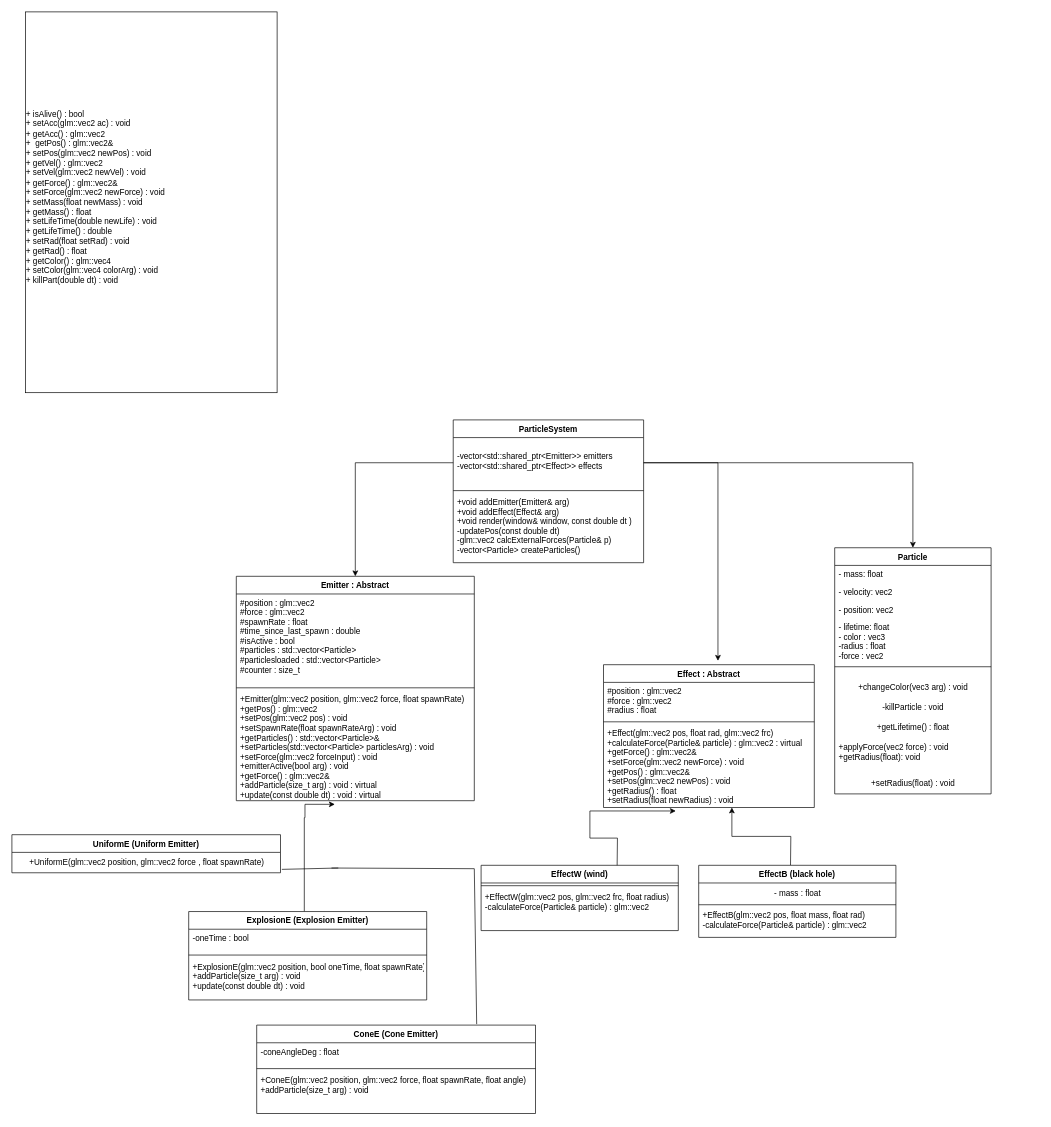
Above: classDiagram.drawio in KarlWastesson/KandidatLab (draw.io), before the change. Source tidied: cells renumbered, new cells numbered last; positions are measured from the earlier drawing's top-left corner, leaving out a move shared by most shapes. Both pictures are drawn from the tidied source at 68%, with x=0, y=0 at pixel (12, 12).
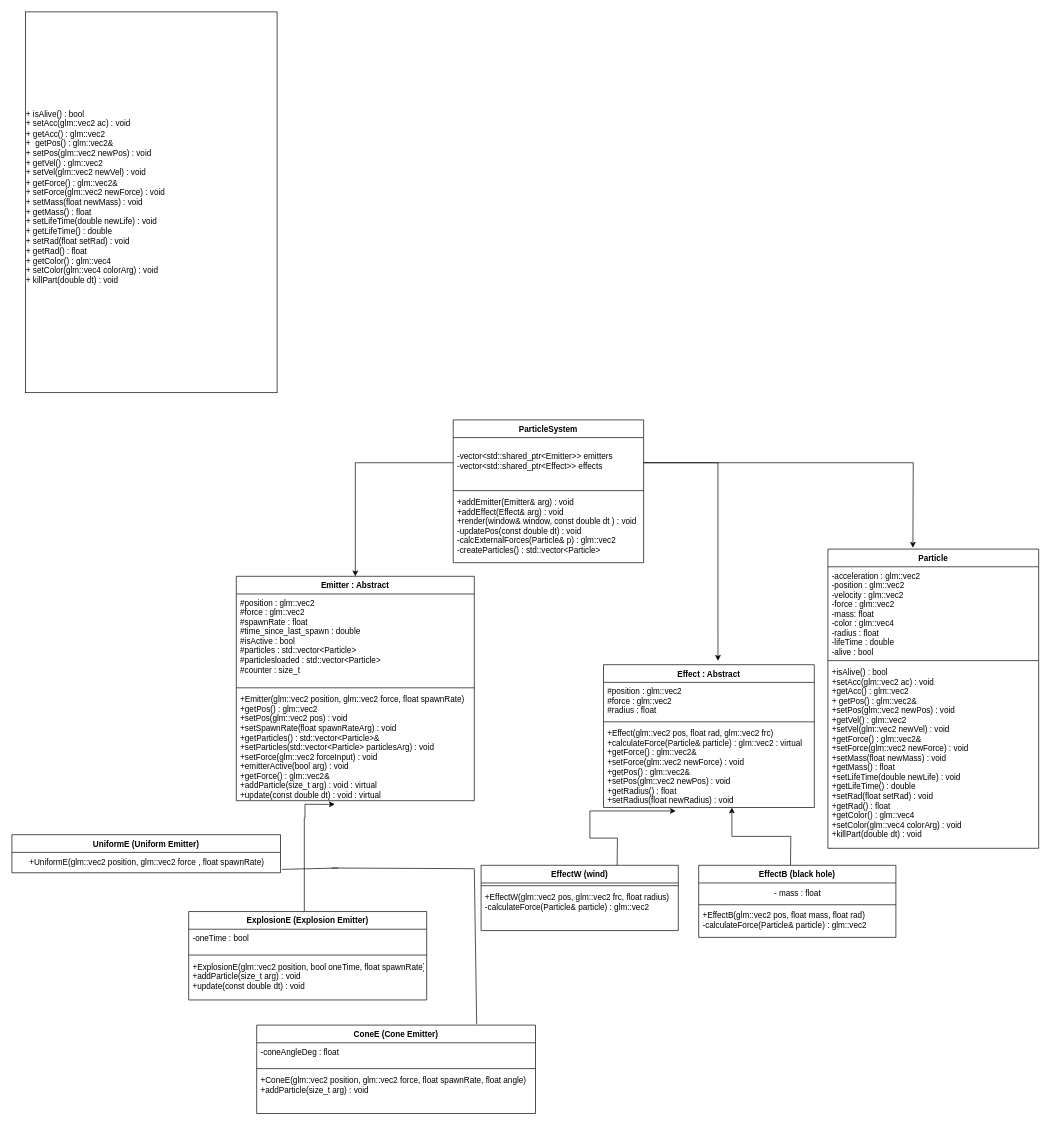
The same diagram, later.

The change refers to these unchanged cells:
```xml
<mxCell id="28" value="ParticleSystem" style="swimlane;fontStyle=1;align=center;verticalAlign=top;horizontal=1;startSize=26;" parent="1" vertex="1">
  <mxGeometry x="649" y="600" width="280" height="210" as="geometry" />
</mxCell>
<mxCell id="29" value="&#10;-vector&lt;std::shared_ptr&lt;Emitter&gt;&gt; emitters&#10;-vector&lt;std::shared_ptr&lt;Effect&gt;&gt; effects&#10;&#10;" style="text;strokeColor=none;fillColor=none;align=left;verticalAlign=top;spacingLeft=4;spacingRight=4;overflow=hidden;points=[[0,0.5],[1,0.5]];portConstraint=eastwest;" parent="28" vertex="1">
  <mxGeometry y="26" width="280" height="74" as="geometry" />
</mxCell>
```

Diff of the diagram source:
```diff
@@
-    <mxCell id="6" value="Particle" style="swimlane;fontStyle=1;align=center;verticalAlign=top;horizontal=1;startSize=26;" parent="1" vertex="1">
-      <mxGeometry x="1210" y="788" width="230" height="362" as="geometry" />
-    </mxCell>
-    <mxCell id="7" value="- mass: float" style="text;strokeColor=none;fillColor=none;align=left;verticalAlign=top;spacingLeft=4;spacingRight=4;overflow=hidden;" parent="6" vertex="1">
-      <mxGeometry y="26" width="230" height="26" as="geometry" />
-    </mxCell>
-    <mxCell id="8" value="- velocity: vec2" style="text;strokeColor=none;fillColor=none;align=left;verticalAlign=top;spacingLeft=4;spacingRight=4;overflow=hidden;" parent="6" vertex="1">
-      <mxGeometry y="52" width="230" height="26" as="geometry" />
-    </mxCell>
-    <mxCell id="9" value="- position: vec2" style="text;strokeColor=none;fillColor=none;align=left;verticalAlign=top;spacingLeft=4;spacingRight=4;overflow=hidden;" parent="6" vertex="1">
-      <mxGeometry y="78" width="230" height="26" as="geometry" />
-    </mxCell>
-    <mxCell id="10" value="- lifetime: float&#10;- color : vec3&#10;-radius : float&#10;-force : vec2" style="text;strokeColor=none;fillColor=none;align=left;verticalAlign=top;spacingLeft=4;spacingRight=4;overflow=hidden;" parent="6" vertex="1">
-      <mxGeometry y="104" width="230" height="56" as="geometry" />
-    </mxCell>
-    <mxCell id="11" style="line;strokeWidth=1;fillColor=none;align=left;verticalAlign=middle;spacingTop=-1;spacingLeft=3;spacingRight=3;labelPosition=right;strokeColor=inherit;" parent="6" vertex="1">
-      <mxGeometry y="160" width="230" height="30" as="geometry" />
-    </mxCell>
-    <mxCell id="12" value="+changeColor(vec3 arg) : void" style="text;html=1;align=center;verticalAlign=middle;strokeColor=none;fillColor=none;" parent="6" vertex="1">
-      <mxGeometry y="190" width="230" height="30" as="geometry" />
-    </mxCell>
-    <mxCell id="13" value="-killParticle : void" style="text;html=1;align=center;verticalAlign=middle;strokeColor=none;fillColor=none;" parent="6" vertex="1">
-      <mxGeometry y="220" width="230" height="30" as="geometry" />
-    </mxCell>
-    <mxCell id="14" value="+getLifetime() : float" style="text;html=1;align=center;verticalAlign=middle;strokeColor=none;fillColor=none;" parent="6" vertex="1">
-      <mxGeometry y="250" width="230" height="30" as="geometry" />
-    </mxCell>
-    <mxCell id="15" value="+applyForce(vec2 force) : void&#10;+getRadius(float): void" style="text;strokeColor=none;fillColor=none;align=left;verticalAlign=top;spacingLeft=4;spacingRight=4;overflow=hidden;" parent="6" vertex="1">
-      <mxGeometry y="280" width="230" height="52" as="geometry" />
-    </mxCell>
-    <mxCell id="16" value="+setRadius(float) : void" style="text;html=1;align=center;verticalAlign=middle;strokeColor=none;fillColor=none;" parent="6" vertex="1">
-      <mxGeometry y="332" width="230" height="30" as="geometry" />
-    </mxCell>
@@
-    <mxCell id="31" value="+void addEmitter(Emitter&amp; arg)&#10;+void addEffect(Effect&amp; arg)&#10;+void render(window&amp; window, const double dt )&#10;-updatePos(const double dt)&#10;-glm::vec2 calcExternalForces(Particle&amp; p)&#10;-vector&lt;Particle&gt; createParticles()&#10;" style="text;strokeColor=none;fillColor=none;align=left;verticalAlign=top;spacingLeft=4;spacingRight=4;overflow=hidden;" parent="28" vertex="1">
+    <mxCell id="31" value="+addEmitter(Emitter&amp; arg) : void&#10;+addEffect(Effect&amp; arg) : void&#10;+render(window&amp; window, const double dt ) : void&#10;-updatePos(const double dt) : void&#10;-calcExternalForces(Particle&amp; p) : glm::vec2&#10;-createParticles() : std::vector&lt;Particle&gt;&#10;" style="text;strokeColor=none;fillColor=none;align=left;verticalAlign=top;spacingLeft=4;spacingRight=4;overflow=hidden;" parent="28" vertex="1">
       <mxGeometry y="108" width="280" height="102" as="geometry" />
     </mxCell>
@@
-    <mxCell id="34" style="edgeStyle=orthogonalEdgeStyle;rounded=0;jettySize=auto;html=1;entryX=0.5;entryY=0;entryDx=0;entryDy=0;" parent="1" edge="1" source="29" target="6">
-      <mxGeometry relative="1" as="geometry" />
+    <mxCell id="34" style="edgeStyle=orthogonalEdgeStyle;rounded=0;jettySize=auto;html=1;entryX=0.5;entryY=0;entryDx=0;entryDy=0;" parent="1" edge="1" source="29">
+      <mxGeometry relative="1" as="geometry">
+        <mxPoint x="1325" y="788" as="targetPoint" />
+      </mxGeometry>
     </mxCell>
@@
+    <mxCell id="6" value="Particle" style="swimlane;fontStyle=1;align=center;verticalAlign=top;horizontal=1;startSize=26;" parent="1" vertex="1">
+      <mxGeometry x="1200" y="790" width="310" height="440" as="geometry" />
+    </mxCell>
+    <mxCell id="52" value="-acceleration : glm::vec2 &#10;-position : glm::vec2 &#10;-velocity : glm::vec2 &#10;-force : glm::vec2&#10;-mass: float &#10;-color : glm::vec4 &#10;-radius : float&#10;-lifeTime : double&#10;-alive : bool" style="text;strokeColor=none;fillColor=none;align=left;verticalAlign=top;spacingLeft=4;spacingRight=4;overflow=hidden;" parent="6" vertex="1">
+      <mxGeometry y="26" width="310" height="134" as="geometry" />
+    </mxCell>
+    <mxCell id="53" style="line;strokeWidth=1;fillColor=none;align=left;verticalAlign=middle;spacingTop=-1;spacingLeft=3;spacingRight=3;labelPosition=right;strokeColor=inherit;" parent="6" vertex="1">
+      <mxGeometry y="160" width="310" height="8" as="geometry" />
+    </mxCell>
+    <mxCell id="54" value="+isAlive() : bool&#10;+setAcc(glm::vec2 ac) : void&#10;+getAcc() : glm::vec2&#10;+ getPos() : glm::vec2&amp;&#10;+setPos(glm::vec2 newPos) : void&#10;+getVel() : glm::vec2&#10;+setVel(glm::vec2 newVel) : void&#10;+getForce() : glm::vec2&amp;&#10;+setForce(glm::vec2 newForce) : void&#10;+setMass(float newMass) : void&#10;+getMass() : float&#10;+setLifeTime(double newLife) : void&#10;+getLifeTime() : double&#10;+setRad(float setRad) : void&#10;+getRad() : float&#10;+getColor() : glm::vec4&#10;+setColor(glm::vec4 colorArg) : void&#10;+killPart(double dt) : void&#10;" style="text;strokeColor=none;fillColor=none;align=left;verticalAlign=top;spacingLeft=4;spacingRight=4;overflow=hidden;" parent="6" vertex="1">
+      <mxGeometry y="168" width="310" height="272" as="geometry" />
+    </mxCell>
```
